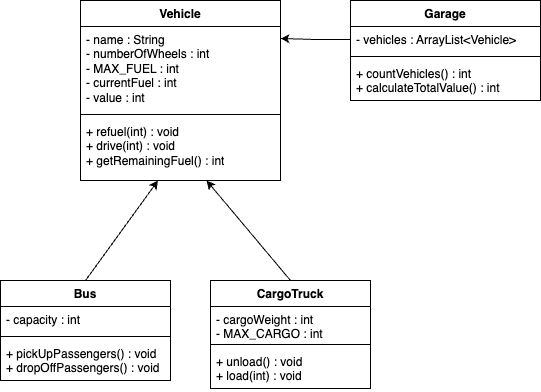
Earlier version of the draw.io export Diagram.drawio.png (TDD66/PolymorphismLab). Source tidied: cells renumbered, new cells last; positions are measured from the earlier drawing's top-left corner, leaving out a move shared by most shapes.
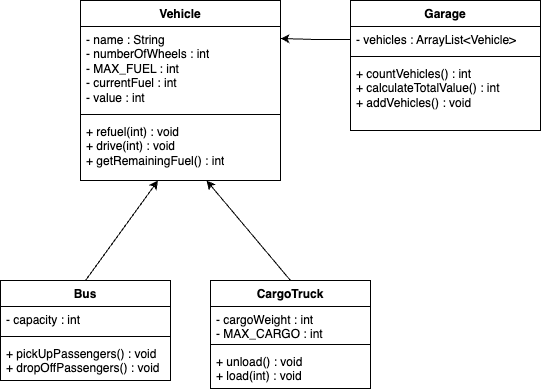
The same file after the commit.

Change to the diagram source:
```diff
@@ -15,7 +15,7 @@
       <mxGeometry y="118" width="200" height="62" as="geometry" />
     </mxCell>
     <mxCell id="6" value="Garage" style="swimlane;fontStyle=1;align=center;verticalAlign=top;horizontal=1;startSize=26;whiteSpace=wrap;html=1;" parent="1" vertex="1">
-      <mxGeometry x="350" width="190" height="100" as="geometry" />
+      <mxGeometry x="350" width="190" height="130" as="geometry" />
     </mxCell>
     <mxCell id="7" value="- vehicles : ArrayList&amp;lt;Vehicle&amp;gt;" style="text;strokeColor=none;fillColor=none;align=left;verticalAlign=top;spacingLeft=4;spacingRight=4;overflow=hidden;points=[[0,0.5],[1,0.5]];portConstraint=eastwest;whiteSpace=wrap;html=1;" parent="6" vertex="1">
       <mxGeometry y="26" width="190" height="26" as="geometry" />
@@ -23,8 +23,8 @@
     <mxCell id="8" style="line;strokeWidth=1;fillColor=none;align=left;verticalAlign=middle;spacingTop=-1;spacingLeft=3;spacingRight=3;labelPosition=right;strokeColor=inherit;" parent="6" vertex="1">
       <mxGeometry y="52" width="190" height="8" as="geometry" />
     </mxCell>
-    <mxCell id="9" value="+ countVehicles() : int&lt;br&gt;+ calculateTotalValue() : int" style="text;strokeColor=none;fillColor=none;align=left;verticalAlign=top;spacingLeft=4;spacingRight=4;overflow=hidden;whiteSpace=wrap;html=1;" parent="6" vertex="1">
-      <mxGeometry y="60" width="190" height="40" as="geometry" />
+    <mxCell id="9" value="+ countVehicles() : int&lt;br&gt;+ calculateTotalValue() : int&lt;br&gt;+ addVehicles() : void" style="text;strokeColor=none;fillColor=none;align=left;verticalAlign=top;spacingLeft=4;spacingRight=4;overflow=hidden;whiteSpace=wrap;html=1;" parent="6" vertex="1">
+      <mxGeometry y="60" width="190" height="70" as="geometry" />
     </mxCell>
     <mxCell id="10" value="Bus" style="swimlane;fontStyle=1;align=center;verticalAlign=top;horizontal=1;startSize=26;whiteSpace=wrap;html=1;" parent="1" vertex="1">
       <mxGeometry y="280" width="170" height="100" as="geometry" />
```
